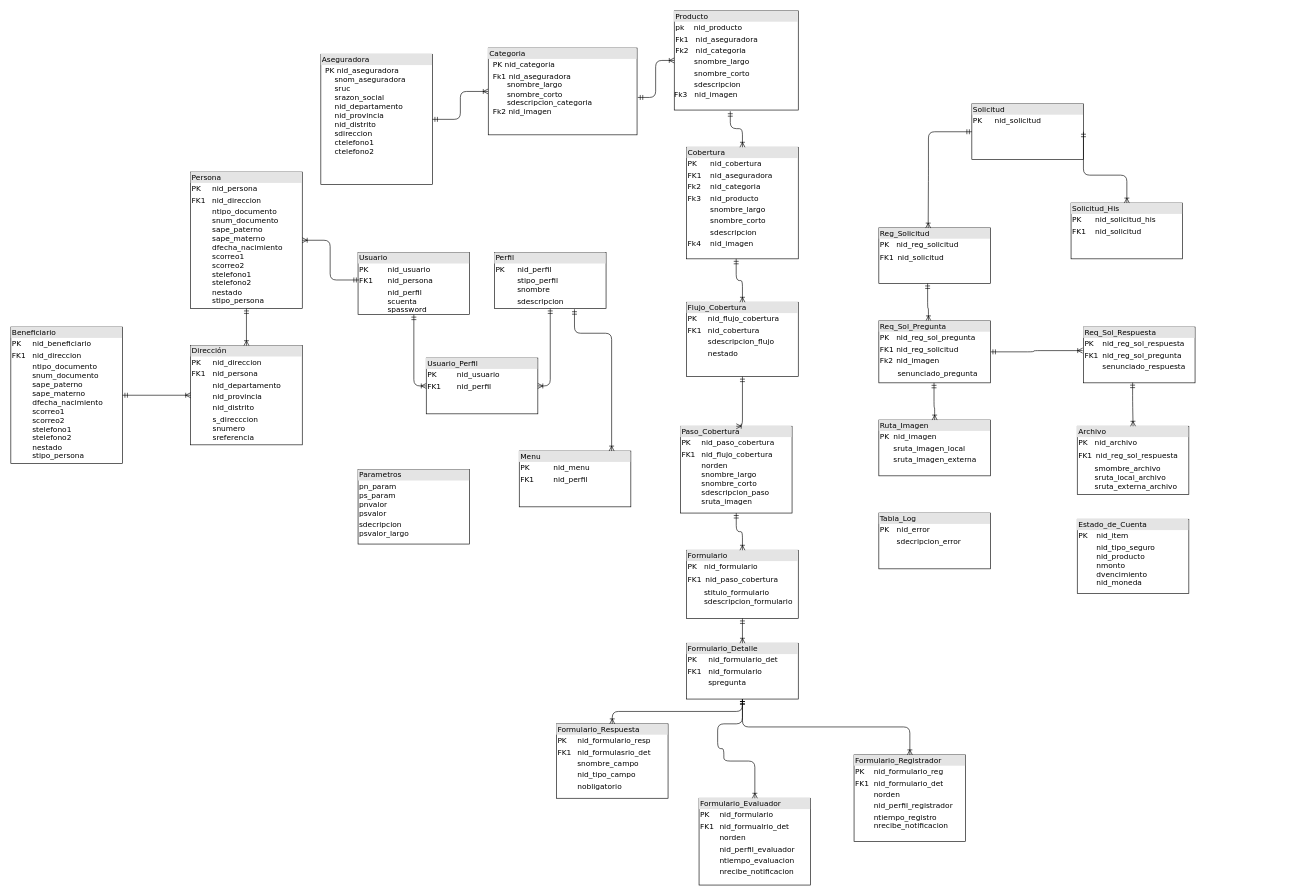
Before: SINIESTROS/Diagrama sin título.drawio in alejandroarceefitec/EFICTEC, a draw.io diagram. Source tidied: cells renumbered, new cells numbered last; positions are measured from the earlier drawing's top-left corner, leaving out a move shared by most shapes. Both pictures are drawn from the tidied source at 62%, with x=0, y=0 at pixel (11, 11).
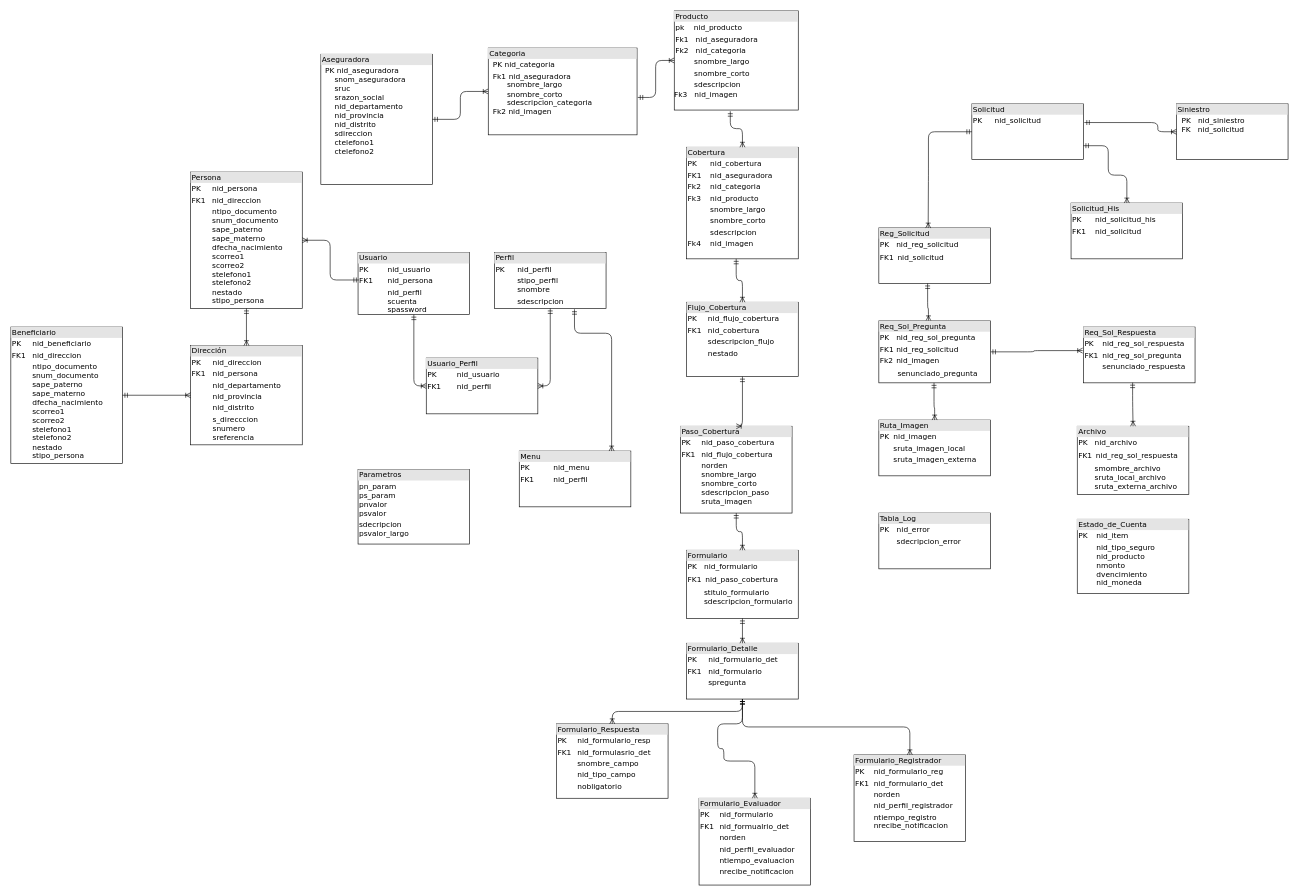
After the change.

Unchanged cells that the change refers to:
```xml
<mxCell id="24" value="&lt;div style=&quot;box-sizing: border-box ; width: 100% ; background: #e4e4e4 ; padding: 2px&quot;&gt;Solicitud_His&lt;/div&gt;&lt;table style=&quot;width: 100% ; font-size: 1em&quot; cellpadding=&quot;2&quot; cellspacing=&quot;0&quot;&gt;&lt;tbody&gt;&lt;tr&gt;&lt;td&gt;PK&lt;/td&gt;&lt;td&gt;nid_solicitud_his&lt;/td&gt;&lt;/tr&gt;&lt;tr&gt;&lt;td&gt;FK1&lt;/td&gt;&lt;td&gt;nid_solicitud&lt;br&gt;&lt;/td&gt;&lt;/tr&gt;&lt;tr&gt;&lt;td&gt;&lt;/td&gt;&lt;td&gt;&lt;br&gt;&lt;/td&gt;&lt;/tr&gt;&lt;/tbody&gt;&lt;/table&gt;" style="verticalAlign=top;align=left;overflow=fill;html=1;rounded=0;shadow=0;comic=0;labelBackgroundColor=none;strokeWidth=1;fontFamily=Verdana;fontSize=12;" parent="1" vertex="1">
  <mxGeometry x="1710" y="310" width="180" height="90" as="geometry" />
</mxCell>
<mxCell id="25" value="&lt;div style=&quot;box-sizing: border-box ; width: 100% ; background: #e4e4e4 ; padding: 2px&quot;&gt;Solicitud&lt;/div&gt;&lt;table style=&quot;width: 100% ; font-size: 1em&quot; cellpadding=&quot;2&quot; cellspacing=&quot;0&quot;&gt;&lt;tbody&gt;&lt;tr&gt;&lt;td&gt;PK&lt;/td&gt;&lt;td&gt;nid_solicitud&lt;/td&gt;&lt;/tr&gt;&lt;tr&gt;&lt;td&gt;&lt;br&gt;&lt;/td&gt;&lt;td&gt;&lt;br&gt;&lt;/td&gt;&lt;/tr&gt;&lt;tr&gt;&lt;td&gt;&lt;/td&gt;&lt;td&gt;&lt;br&gt;&lt;/td&gt;&lt;/tr&gt;&lt;/tbody&gt;&lt;/table&gt;" style="verticalAlign=top;align=left;overflow=fill;html=1;rounded=0;shadow=0;comic=0;labelBackgroundColor=none;strokeWidth=1;fontFamily=Verdana;fontSize=12;" parent="1" vertex="1">
  <mxGeometry x="1550" y="150" width="180" height="90" as="geometry" />
</mxCell>
```

Change to the diagram source:
```diff
@@
-    <mxCell id="40" style="edgeStyle=orthogonalEdgeStyle;html=1;endArrow=ERoneToMany;startArrow=ERmandOne;labelBackgroundColor=none;fontFamily=Verdana;fontSize=12;align=left;exitX=1;exitY=0.5;exitDx=0;exitDy=0;" parent="1" edge="1" source="25" target="24">
+    <mxCell id="40" style="edgeStyle=orthogonalEdgeStyle;html=1;endArrow=ERoneToMany;startArrow=ERmandOne;labelBackgroundColor=none;fontFamily=Verdana;fontSize=12;align=left;exitX=1;exitY=0.75;exitDx=0;exitDy=0;" parent="1" edge="1" source="25" target="24">
       <mxGeometry relative="1" as="geometry">
         <Array as="points">
+          <mxPoint x="1770" y="217" />
+          <mxPoint x="1770" y="265" />
           <mxPoint x="1800" y="265" />
         </Array>
       </mxGeometry>
     </mxCell>
@@
+    <mxCell id="52" value="&lt;div style=&quot;box-sizing: border-box ; width: 100% ; background: #e4e4e4 ; padding: 2px&quot;&gt;Siniestro&lt;/div&gt;&lt;table style=&quot;width: 100% ; font-size: 1em&quot; cellpadding=&quot;2&quot; cellspacing=&quot;0&quot;&gt;&lt;tbody&gt;&lt;tr&gt;&lt;td&gt;&lt;br&gt;&lt;/td&gt;&lt;td&gt;PK&amp;nbsp; &amp;nbsp;nid_siniestro&lt;br&gt;FK&amp;nbsp; &amp;nbsp;nid_solicitud&lt;br&gt;&lt;br&gt;&lt;/td&gt;&lt;/tr&gt;&lt;tr&gt;&lt;td&gt;&lt;br&gt;&lt;/td&gt;&lt;td&gt;&lt;br&gt;&lt;/td&gt;&lt;/tr&gt;&lt;tr&gt;&lt;td&gt;&lt;/td&gt;&lt;td&gt;&lt;br&gt;&lt;/td&gt;&lt;/tr&gt;&lt;/tbody&gt;&lt;/table&gt;" style="verticalAlign=top;align=left;overflow=fill;html=1;rounded=0;shadow=0;comic=0;labelBackgroundColor=none;strokeWidth=1;fontFamily=Verdana;fontSize=12;" parent="1" vertex="1">
+      <mxGeometry x="1880" y="150" width="180" height="90" as="geometry" />
+    </mxCell>
+    <mxCell id="53" style="edgeStyle=orthogonalEdgeStyle;html=1;endArrow=ERoneToMany;startArrow=ERmandOne;labelBackgroundColor=none;fontFamily=Verdana;fontSize=12;align=left;exitX=1.008;exitY=0.335;exitDx=0;exitDy=0;entryX=0;entryY=0.5;entryDx=0;entryDy=0;exitPerimeter=0;" parent="1" edge="1" source="25" target="52">
+      <mxGeometry relative="1" as="geometry">
+        <Array as="points">
+          <mxPoint x="1850" y="180" />
+          <mxPoint x="1850" y="195" />
+        </Array>
+      </mxGeometry>
+    </mxCell>
```
